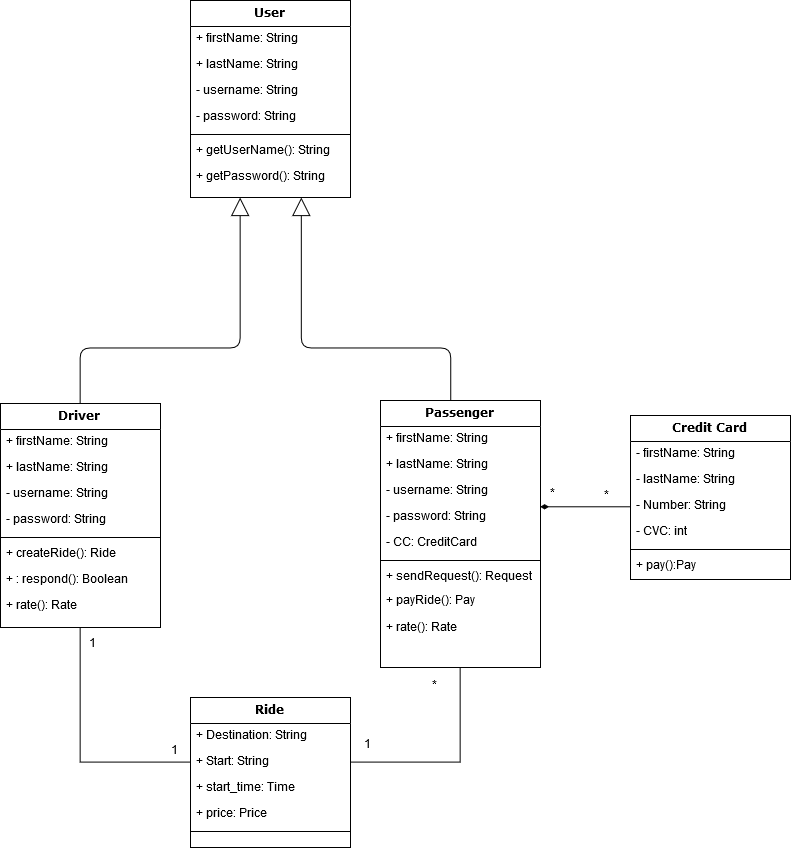
The draw.io diagram images/DomainModel.png in PaterakisNikos/carpooling, before a commit. Source tidied: cells renumbered, new cells last; positions are measured from the earlier drawing's top-left corner, leaving out a move shared by most shapes.
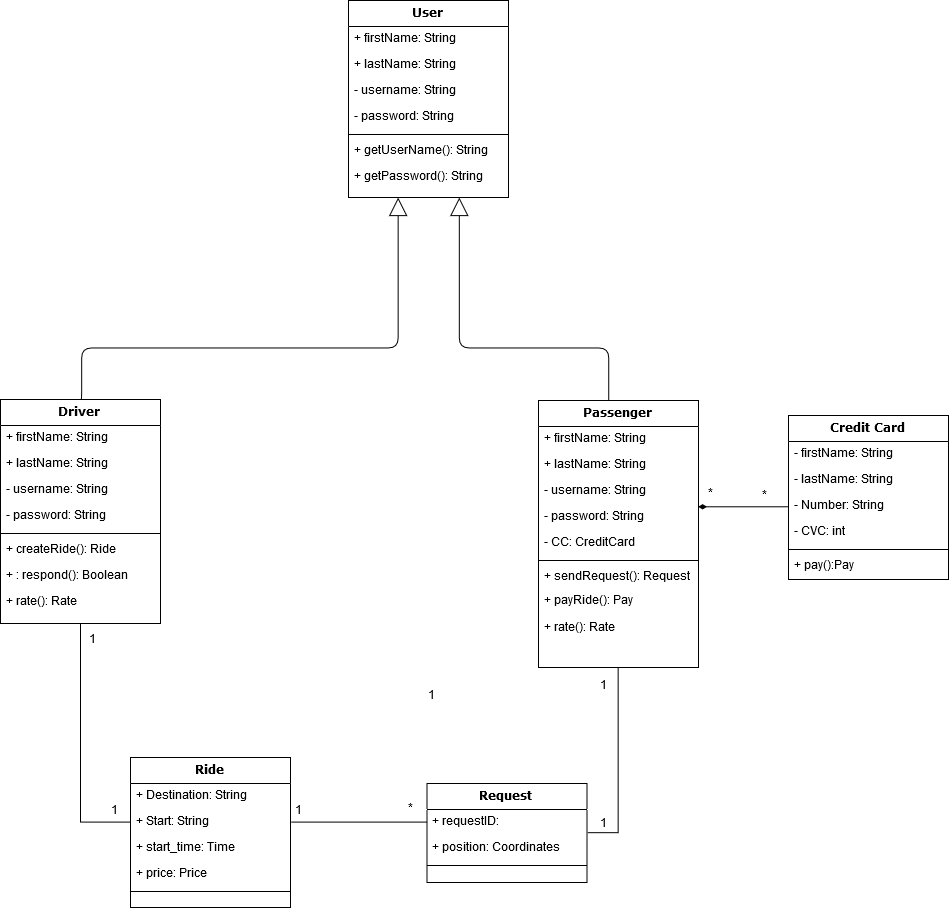
Above is the later version.

The edit, as a diff of the source:
```diff
@@ -26,10 +26,10 @@
     <mxCell id="9" value="+ getPassword(): String" style="text;html=1;strokeColor=none;fillColor=none;align=left;verticalAlign=top;spacingLeft=4;spacingRight=4;whiteSpace=wrap;overflow=hidden;" parent="2" vertex="1">
       <mxGeometry y="164" width="160" height="26" as="geometry" />
     </mxCell>
-    <mxCell id="10" style="edgeStyle=orthogonalEdgeStyle;html=1;labelBackgroundColor=none;startFill=0;startSize=8;endArrow=block;endFill=0;endSize=16;fontFamily=Verdana;fontSize=12;" parent="1" edge="1" source="12" target="2">
+    <mxCell id="10" style="edgeStyle=orthogonalEdgeStyle;html=1;labelBackgroundColor=none;startFill=0;startSize=8;endArrow=block;endFill=0;endSize=16;fontFamily=Verdana;fontSize=12;exitX=0.5;exitY=0;exitDx=0;exitDy=0;" parent="1" edge="1" source="12" target="2">
       <mxGeometry relative="1" as="geometry">
         <Array as="points">
-          <mxPoint x="80" y="347" />
+          <mxPoint x="-77" y="347" />
           <mxPoint x="240" y="347" />
         </Array>
       </mxGeometry>
@@ -38,7 +38,7 @@
       <mxGeometry relative="1" as="geometry" />
     </mxCell>
     <mxCell id="12" value="Driver" style="swimlane;html=1;fontStyle=1;align=center;verticalAlign=top;horizontal=1;startSize=26;swimlaneFillColor=#ffffff;rounded=0;shadow=0;comic=0;labelBackgroundColor=none;strokeColor=#000000;strokeWidth=1;fillColor=none;fontFamily=Verdana;fontSize=12;fontColor=#000000;" parent="1" vertex="1">
-      <mxGeometry y="403" width="160" height="224" as="geometry" />
+      <mxGeometry x="-158" y="399" width="160" height="224" as="geometry" />
     </mxCell>
     <mxCell id="13" value="+ firstName: String" style="text;html=1;strokeColor=none;fillColor=none;align=left;verticalAlign=top;spacingLeft=4;spacingRight=4;whiteSpace=wrap;overflow=hidden;" parent="12" vertex="1">
       <mxGeometry y="26" width="160" height="26" as="geometry" />
@@ -72,7 +72,7 @@
         </Array>
       </mxGeometry>
     </mxCell>
-    <mxCell id="22" style="edgeStyle=orthogonalEdgeStyle;rounded=0;jettySize=auto;html=1;exitX=0.5;exitY=1;exitDx=0;exitDy=0;entryX=1;entryY=0.5;entryDx=0;entryDy=0;endArrow=none;endFill=0;" parent="1" edge="1" source="23" target="43">
+    <mxCell id="22" style="edgeStyle=orthogonalEdgeStyle;rounded=0;jettySize=auto;html=1;exitX=0.5;exitY=1;exitDx=0;exitDy=0;endArrow=none;endFill=0;entryX=1;entryY=0.5;entryDx=0;entryDy=0;" parent="1" edge="1" source="23" target="53">
       <mxGeometry relative="1" as="geometry" />
     </mxCell>
     <mxCell id="23" value="Passenger" style="swimlane;html=1;fontStyle=1;align=center;verticalAlign=top;horizontal=1;startSize=26;swimlaneFillColor=#ffffff;rounded=0;shadow=0;comic=0;labelBackgroundColor=none;strokeColor=#000000;strokeWidth=1;fillColor=none;fontFamily=Verdana;fontSize=12;fontColor=#000000;" parent="1" vertex="1">
@@ -130,7 +130,7 @@
       <mxGeometry relative="1" as="geometry" />
     </mxCell>
     <mxCell id="41" value="Ride" style="swimlane;html=1;fontStyle=1;align=center;verticalAlign=top;horizontal=1;startSize=26;swimlaneFillColor=#ffffff;rounded=0;shadow=0;comic=0;labelBackgroundColor=none;strokeColor=#000000;strokeWidth=1;fillColor=none;fontFamily=Verdana;fontSize=12;fontColor=#000000;" parent="1" vertex="1">
-      <mxGeometry x="190" y="697" width="160" height="150" as="geometry" />
+      <mxGeometry x="-28" y="757" width="160" height="150" as="geometry" />
     </mxCell>
     <mxCell id="42" value="+ Destination: String" style="text;html=1;strokeColor=none;fillColor=none;align=left;verticalAlign=top;spacingLeft=4;spacingRight=4;whiteSpace=wrap;overflow=hidden;" parent="41" vertex="1">
       <mxGeometry y="26" width="160" height="26" as="geometry" />
@@ -153,17 +153,41 @@
     <mxCell id="48" value="*" style="text;html=1;align=left;verticalAlign=top;spacingTop=-4;" parent="1" vertex="1">
       <mxGeometry x="602" y="487" width="20" height="20" as="geometry" />
     </mxCell>
-    <mxCell id="49" value="*" style="text;html=1;align=left;verticalAlign=top;spacingTop=-4;" parent="1" vertex="1">
-      <mxGeometry x="430" y="677" width="20" height="20" as="geometry" />
+    <mxCell id="49" value="1" style="text;html=1;align=left;verticalAlign=top;spacingTop=-4;" parent="1" vertex="1">
+      <mxGeometry x="440" y="677" width="20" height="20" as="geometry" />
     </mxCell>
     <mxCell id="50" value="1" style="text;html=1;align=left;verticalAlign=top;spacingTop=-4;" parent="1" vertex="1">
-      <mxGeometry x="362" y="736" width="20" height="20" as="geometry" />
+      <mxGeometry x="268" y="687" width="20" height="20" as="geometry" />
     </mxCell>
     <mxCell id="51" value="1" style="text;html=1;align=left;verticalAlign=top;spacingTop=-4;" parent="1" vertex="1">
-      <mxGeometry x="87" y="635" width="20" height="20" as="geometry" />
+      <mxGeometry x="-71" y="631" width="20" height="20" as="geometry" />
     </mxCell>
     <mxCell id="52" value="1" style="text;html=1;align=left;verticalAlign=top;spacingTop=-4;" parent="1" vertex="1">
-      <mxGeometry x="169" y="742" width="20" height="20" as="geometry" />
+      <mxGeometry x="-49" y="802" width="20" height="20" as="geometry" />
     </mxCell>
+    <mxCell id="53" value="Request" style="swimlane;html=1;fontStyle=1;align=center;verticalAlign=top;horizontal=1;startSize=26;swimlaneFillColor=#ffffff;rounded=0;shadow=0;comic=0;labelBackgroundColor=none;strokeColor=#000000;strokeWidth=1;fillColor=none;fontFamily=Verdana;fontSize=12;fontColor=#000000;" parent="1" vertex="1">
+      <mxGeometry x="268.5" y="783" width="160" height="99" as="geometry" />
+    </mxCell>
+    <mxCell id="54" value="+ requestID: " style="text;html=1;strokeColor=none;fillColor=none;align=left;verticalAlign=top;spacingLeft=4;spacingRight=4;whiteSpace=wrap;overflow=hidden;points=[[0,0.5],[1,0.5]];portConstraint=eastwest;" parent="53" vertex="1">
+      <mxGeometry y="26" width="160" height="26" as="geometry" />
+    </mxCell>
+    <mxCell id="55" value="+ position: Coordinates" style="text;html=1;strokeColor=none;fillColor=none;align=left;verticalAlign=top;spacingLeft=4;spacingRight=4;whiteSpace=wrap;overflow=hidden;" parent="53" vertex="1">
+      <mxGeometry y="52" width="160" height="26" as="geometry" />
+    </mxCell>
+    <mxCell id="56" style="line;html=1;strokeWidth=1;fillColor=none;align=left;verticalAlign=middle;spacingTop=-1;spacingLeft=3;spacingRight=3;labelPosition=right;" parent="53" vertex="1">
+      <mxGeometry y="78" width="160" height="8" as="geometry" />
+    </mxCell>
+    <mxCell id="57" value="1" style="text;html=1;align=left;verticalAlign=top;spacingTop=-4;" parent="1" vertex="1">
+      <mxGeometry x="440" y="815" width="20" height="20" as="geometry" />
+    </mxCell>
+    <mxCell id="58" value="*" style="text;html=1;align=left;verticalAlign=top;spacingTop=-4;" parent="1" vertex="1">
+      <mxGeometry x="248" y="800" width="20" height="20" as="geometry" />
+    </mxCell>
+    <mxCell id="59" style="endArrow=none;html=1;entryX=0;entryY=0.5;entryDx=0;entryDy=0;exitX=1;exitY=0.5;exitDx=0;exitDy=0;" parent="1" edge="1" source="43" target="54">
+      <mxGeometry relative="1" as="geometry" />
+    </mxCell>
+    <mxCell id="60" value="1" style="text;html=1;align=left;verticalAlign=top;spacingTop=-4;" parent="1" vertex="1">
+      <mxGeometry x="135" y="802" width="20" height="20" as="geometry" />
+    </mxCell>
   </root>
 </mxGraphModel>
```
